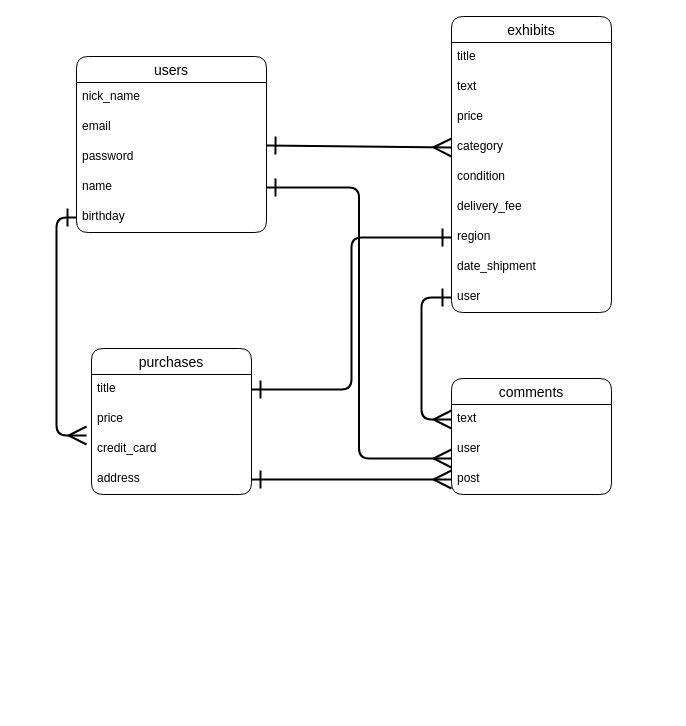
This is database.dio from hirotech-bmd/furima-31939, a draw.io file, before an edit. Source tidied: cells renumbered, new cells numbered last; positions are measured from the earlier drawing's top-left corner, leaving out a move shared by most shapes. Both pictures are drawn from the tidied source at 100%, with x=0, y=0 at pixel (56, 16).
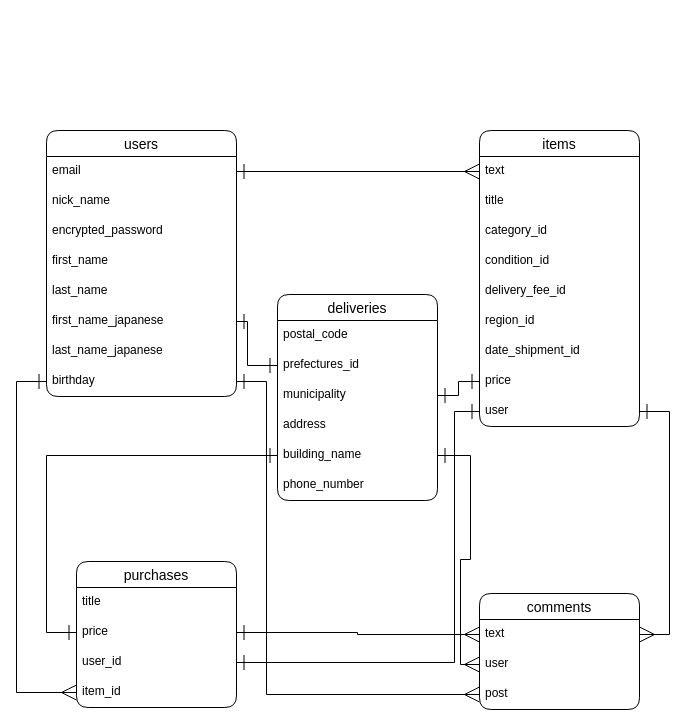
The same diagram, later.

Commit message (it also covers changes not shown here):
テーブル設計（改２）

Unchanged cells that the change refers to:
```xml
<mxCell id="18" value="user" style="text;strokeColor=none;fillColor=none;spacingLeft=4;spacingRight=4;overflow=hidden;points=[[0,0.5],[1,0.5]];portConstraint=eastwest;fontSize=12;rounded=1;" parent="9" vertex="1">
  <mxGeometry y="266" width="160" height="30" as="geometry" />
</mxCell>
<mxCell id="20" value="title" style="text;strokeColor=none;fillColor=none;spacingLeft=4;spacingRight=4;overflow=hidden;points=[[0,0.5],[1,0.5]];portConstraint=eastwest;fontSize=12;rounded=1;" parent="19" vertex="1">
  <mxGeometry y="26" width="160" height="30" as="geometry" />
</mxCell>
<mxCell id="21" value="price" style="text;strokeColor=none;fillColor=none;spacingLeft=4;spacingRight=4;overflow=hidden;points=[[0,0.5],[1,0.5]];portConstraint=eastwest;fontSize=12;rounded=1;" parent="19" vertex="1">
  <mxGeometry y="56" width="160" height="30" as="geometry" />
</mxCell>
<mxCell id="25" value="text" style="text;strokeColor=none;fillColor=none;spacingLeft=4;spacingRight=4;overflow=hidden;points=[[0,0.5],[1,0.5]];portConstraint=eastwest;fontSize=12;rounded=1;" parent="24" vertex="1">
  <mxGeometry y="26" width="160" height="30" as="geometry" />
</mxCell>
<mxCell id="26" value="user" style="text;strokeColor=none;fillColor=none;spacingLeft=4;spacingRight=4;overflow=hidden;points=[[0,0.5],[1,0.5]];portConstraint=eastwest;fontSize=12;rounded=1;" parent="24" vertex="1">
  <mxGeometry y="56" width="160" height="30" as="geometry" />
</mxCell>
<mxCell id="27" value="post" style="text;strokeColor=none;fillColor=none;spacingLeft=4;spacingRight=4;overflow=hidden;points=[[0,0.5],[1,0.5]];portConstraint=eastwest;fontSize=12;rounded=1;" parent="24" vertex="1">
  <mxGeometry y="86" width="160" height="30" as="geometry" />
</mxCell>
```

The edit, as a diff of the source:
```diff
@@
-    <mxCell id="2" style="jettySize=auto;html=1;entryX=0;entryY=0.5;entryDx=0;entryDy=0;horizontal=1;verticalAlign=top;endArrow=ERmany;endFill=0;endSize=15;strokeWidth=2;startArrow=ERone;startFill=0;startSize=15;" parent="1" edge="1" source="3" target="13">
-      <mxGeometry relative="1" as="geometry" />
-    </mxCell>
     <mxCell id="3" value="users" style="swimlane;fontStyle=0;horizontal=1;startSize=26;align=center;fontSize=14;rounded=1;" parent="1" vertex="1">
-      <mxGeometry x="20" y="40" width="190" height="176" as="geometry" />
+      <mxGeometry x="-10" y="114" width="190" height="266" as="geometry" />
     </mxCell>
-    <mxCell id="4" value="nick_name&#10;&#10;&#10;" style="text;strokeColor=none;fillColor=none;spacingLeft=4;spacingRight=4;overflow=hidden;points=[[0,0.5],[1,0.5]];portConstraint=eastwest;fontSize=12;fontStyle=0;rounded=1;" parent="3" vertex="1">
+    <mxCell id="4" value="email" style="text;strokeColor=none;fillColor=none;spacingLeft=4;spacingRight=4;overflow=hidden;points=[[0,0.5],[1,0.5]];portConstraint=eastwest;fontSize=12;fontStyle=0;rounded=1;" parent="3" vertex="1">
       <mxGeometry y="26" width="190" height="30" as="geometry" />
     </mxCell>
-    <mxCell id="5" value="email&#10;&#10;" style="text;strokeColor=none;fillColor=none;spacingLeft=4;spacingRight=4;overflow=hidden;fontSize=12;rounded=1;" parent="3" vertex="1">
+    <mxCell id="5" value="nick_name" style="text;strokeColor=none;fillColor=none;spacingLeft=4;spacingRight=4;overflow=hidden;fontSize=12;rounded=1;" parent="3" vertex="1">
       <mxGeometry y="56" width="190" height="30" as="geometry" />
     </mxCell>
-    <mxCell id="6" value="password" style="text;strokeColor=none;fillColor=none;spacingLeft=4;spacingRight=4;overflow=hidden;fontSize=12;rounded=1;" parent="3" vertex="1">
+    <mxCell id="6" value="encrypted_password" style="text;strokeColor=none;fillColor=none;spacingLeft=4;spacingRight=4;overflow=hidden;fontSize=12;rounded=1;" parent="3" vertex="1">
       <mxGeometry y="86" width="190" height="30" as="geometry" />
     </mxCell>
-    <mxCell id="7" value="name" style="text;strokeColor=none;fillColor=none;spacingLeft=4;spacingRight=4;overflow=hidden;points=[[0,0.5],[1,0.5]];portConstraint=eastwest;fontSize=12;rounded=1;" parent="3" vertex="1">
+    <mxCell id="7" value="first_name" style="text;strokeColor=none;fillColor=none;spacingLeft=4;spacingRight=4;overflow=hidden;points=[[0,0.5],[1,0.5]];portConstraint=eastwest;fontSize=12;rounded=1;" parent="3" vertex="1">
       <mxGeometry y="116" width="190" height="30" as="geometry" />
     </mxCell>
+    <mxCell id="33" value="last_name" style="text;strokeColor=none;fillColor=none;spacingLeft=4;spacingRight=4;overflow=hidden;fontSize=12;rounded=1;" parent="3" vertex="1">
+      <mxGeometry y="146" width="190" height="30" as="geometry" />
+    </mxCell>
+    <mxCell id="34" value="first_name_japanese" style="text;strokeColor=none;fillColor=none;spacingLeft=4;spacingRight=4;overflow=hidden;points=[[0,0.5],[1,0.5]];portConstraint=eastwest;fontSize=12;rounded=1;" parent="3" vertex="1">
+      <mxGeometry y="176" width="190" height="30" as="geometry" />
+    </mxCell>
+    <mxCell id="35" value="last_name_japanese" style="text;strokeColor=none;fillColor=none;spacingLeft=4;spacingRight=4;overflow=hidden;fontSize=12;rounded=1;" parent="3" vertex="1">
+      <mxGeometry y="206" width="190" height="30" as="geometry" />
+    </mxCell>
     <mxCell id="8" value="birthday" style="text;strokeColor=none;fillColor=none;spacingLeft=4;spacingRight=4;overflow=hidden;points=[[0,0.5],[1,0.5]];portConstraint=eastwest;fontSize=12;rounded=1;" parent="3" vertex="1">
-      <mxGeometry y="146" width="190" height="30" as="geometry" />
+      <mxGeometry y="236" width="190" height="30" as="geometry" />
     </mxCell>
-    <mxCell id="9" value="exhibits" style="swimlane;fontStyle=0;horizontal=1;startSize=26;align=center;fontSize=14;rounded=1;" parent="1" vertex="1">
-      <mxGeometry x="395" width="160" height="296" as="geometry" />
+    <mxCell id="9" value="items" style="swimlane;fontStyle=0;horizontal=1;startSize=26;align=center;fontSize=14;rounded=1;" parent="1" vertex="1">
+      <mxGeometry x="423" y="114" width="160" height="296" as="geometry" />
     </mxCell>
-    <mxCell id="10" value="title" style="text;strokeColor=none;fillColor=none;spacingLeft=4;spacingRight=4;overflow=hidden;points=[[0,0.5],[1,0.5]];portConstraint=eastwest;fontSize=12;rounded=1;" parent="9" vertex="1">
+    <mxCell id="10" value="text" style="text;strokeColor=none;fillColor=none;spacingLeft=4;spacingRight=4;overflow=hidden;points=[[0,0.5],[1,0.5]];portConstraint=eastwest;fontSize=12;rounded=1;" parent="9" vertex="1">
       <mxGeometry y="26" width="160" height="30" as="geometry" />
     </mxCell>
-    <mxCell id="11" value="text" style="text;strokeColor=none;fillColor=none;spacingLeft=4;spacingRight=4;overflow=hidden;fontSize=12;rounded=1;" parent="9" vertex="1">
+    <mxCell id="11" value="title" style="text;strokeColor=none;fillColor=none;spacingLeft=4;spacingRight=4;overflow=hidden;fontSize=12;rounded=1;" parent="9" vertex="1">
       <mxGeometry y="56" width="160" height="30" as="geometry" />
     </mxCell>
-    <mxCell id="12" value="price" style="text;strokeColor=none;fillColor=none;spacingLeft=4;spacingRight=4;overflow=hidden;fontSize=12;rounded=1;" parent="9" vertex="1">
+    <mxCell id="12" value="category_id" style="text;strokeColor=none;fillColor=none;spacingLeft=4;spacingRight=4;overflow=hidden;fontSize=12;rounded=1;" parent="9" vertex="1">
       <mxGeometry y="86" width="160" height="30" as="geometry" />
     </mxCell>
-    <mxCell id="13" value="category" style="text;strokeColor=none;fillColor=none;spacingLeft=4;spacingRight=4;overflow=hidden;points=[[0,0.5],[1,0.5]];portConstraint=eastwest;fontSize=12;rounded=1;" parent="9" vertex="1">
+    <mxCell id="13" value="condition_id" style="text;strokeColor=none;fillColor=none;spacingLeft=4;spacingRight=4;overflow=hidden;points=[[0,0.5],[1,0.5]];portConstraint=eastwest;fontSize=12;rounded=1;" parent="9" vertex="1">
       <mxGeometry y="116" width="160" height="30" as="geometry" />
     </mxCell>
-    <mxCell id="14" value="condition" style="text;strokeColor=none;fillColor=none;spacingLeft=4;spacingRight=4;overflow=hidden;fontSize=12;rounded=1;" parent="9" vertex="1">
+    <mxCell id="14" value="delivery_fee_id" style="text;strokeColor=none;fillColor=none;spacingLeft=4;spacingRight=4;overflow=hidden;fontSize=12;rounded=1;" parent="9" vertex="1">
       <mxGeometry y="146" width="160" height="30" as="geometry" />
     </mxCell>
-    <mxCell id="15" value="delivery_fee" style="text;strokeColor=none;fillColor=none;spacingLeft=4;spacingRight=4;overflow=hidden;fontSize=12;fontStyle=0;rounded=1;" parent="9" vertex="1">
+    <mxCell id="15" value="region_id" style="text;strokeColor=none;fillColor=none;spacingLeft=4;spacingRight=4;overflow=hidden;fontSize=12;fontStyle=0;rounded=1;" parent="9" vertex="1">
       <mxGeometry y="176" width="160" height="30" as="geometry" />
     </mxCell>
-    <mxCell id="16" value="region" style="text;strokeColor=none;fillColor=none;spacingLeft=4;spacingRight=4;overflow=hidden;points=[[0,0.5],[1,0.5]];portConstraint=eastwest;fontSize=12;fontStyle=0;rounded=1;" parent="9" vertex="1">
+    <mxCell id="16" value="date_shipment_id" style="text;strokeColor=none;fillColor=none;spacingLeft=4;spacingRight=4;overflow=hidden;points=[[0,0.5],[1,0.5]];portConstraint=eastwest;fontSize=12;fontStyle=0;rounded=1;" parent="9" vertex="1">
       <mxGeometry y="206" width="160" height="30" as="geometry" />
     </mxCell>
-    <mxCell id="17" value="date_shipment" style="text;strokeColor=none;fillColor=none;spacingLeft=4;spacingRight=4;overflow=hidden;points=[[0,0.5],[1,0.5]];portConstraint=eastwest;fontSize=12;fontStyle=0;rounded=1;" parent="9" vertex="1">
+    <mxCell id="17" value="price" style="text;strokeColor=none;fillColor=none;spacingLeft=4;spacingRight=4;overflow=hidden;points=[[0,0.5],[1,0.5]];portConstraint=eastwest;fontSize=12;fontStyle=0;rounded=1;" parent="9" vertex="1">
       <mxGeometry y="236" width="160" height="30" as="geometry" />
     </mxCell>
@@
     <mxCell id="19" value="purchases" style="swimlane;fontStyle=0;horizontal=1;startSize=26;align=center;fontSize=14;rounded=1;" parent="1" vertex="1">
-      <mxGeometry x="35" y="332" width="160" height="146" as="geometry" />
+      <mxGeometry x="20" y="545" width="160" height="146" as="geometry" />
     </mxCell>
@@
-    <mxCell id="22" value="credit_card" style="text;strokeColor=none;fillColor=none;spacingLeft=4;spacingRight=4;overflow=hidden;fontSize=12;rounded=1;" parent="19" vertex="1">
-      <mxGeometry y="86" width="160" height="30" as="geometry" />
-    </mxCell>
-    <mxCell id="23" value="address" style="text;strokeColor=none;fillColor=none;spacingLeft=4;spacingRight=4;overflow=hidden;points=[[0,0.5],[1,0.5]];portConstraint=eastwest;fontSize=12;rounded=1;" parent="19" vertex="1">
-      <mxGeometry y="116" width="160" height="30" as="geometry" />
-    </mxCell>
+    <mxCell id="36" value="user_id" style="text;strokeColor=none;fillColor=none;spacingLeft=4;spacingRight=4;overflow=hidden;points=[[0,0.5],[1,0.5]];portConstraint=eastwest;fontSize=12;rounded=1;" parent="19" vertex="1">
+      <mxGeometry y="86" width="160" height="30" as="geometry" />
+    </mxCell>
+    <mxCell id="37" value="item_id" style="text;strokeColor=none;fillColor=none;spacingLeft=4;spacingRight=4;overflow=hidden;points=[[0,0.5],[1,0.5]];portConstraint=eastwest;fontSize=12;rounded=1;" parent="19" vertex="1">
+      <mxGeometry y="116" width="160" height="30" as="geometry" />
+    </mxCell>
     <mxCell id="24" value="comments" style="swimlane;fontStyle=0;horizontal=1;startSize=26;align=center;fontSize=14;rounded=1;" parent="1" vertex="1">
-      <mxGeometry x="395" y="362" width="160" height="116" as="geometry" />
+      <mxGeometry x="423" y="577" width="160" height="116" as="geometry" />
     </mxCell>
@@
-    <mxCell id="28" style="edgeStyle=orthogonalEdgeStyle;jettySize=auto;html=1;exitX=0;exitY=0.5;exitDx=0;exitDy=0;entryX=-0.031;entryY=1.033;entryDx=0;entryDy=0;entryPerimeter=0;endArrow=ERmany;endFill=0;endSize=15;strokeWidth=2;startArrow=ERone;startFill=0;startSize=15;" parent="1" edge="1" source="8" target="21">
-      <mxGeometry relative="1" as="geometry">
-        <Array as="points">
-          <mxPoint y="201" />
-          <mxPoint y="419" />
-        </Array>
-      </mxGeometry>
-    </mxCell>
-    <mxCell id="29" style="edgeStyle=orthogonalEdgeStyle;jettySize=auto;html=1;exitX=1;exitY=0.5;exitDx=0;exitDy=0;entryX=0;entryY=0.5;entryDx=0;entryDy=0;endArrow=ERmany;endFill=0;endSize=15;strokeWidth=2;startArrow=ERone;startFill=0;startSize=15;" parent="1" edge="1" source="23" target="27">
-      <mxGeometry relative="1" as="geometry" />
-    </mxCell>
-    <mxCell id="30" style="edgeStyle=orthogonalEdgeStyle;jettySize=auto;html=1;exitX=1;exitY=0.5;exitDx=0;exitDy=0;entryX=0;entryY=0.8;entryDx=0;entryDy=0;entryPerimeter=0;endArrow=ERmany;endFill=0;endSize=15;strokeWidth=2;startArrow=ERone;startFill=0;startSize=15;" parent="1" edge="1" source="7" target="26">
-      <mxGeometry relative="1" as="geometry" />
-    </mxCell>
+    <mxCell id="38" value="deliveries" style="swimlane;fontStyle=0;horizontal=1;startSize=26;align=center;fontSize=14;rounded=1;" parent="1" vertex="1">
+      <mxGeometry x="221" y="278" width="160" height="206" as="geometry" />
+    </mxCell>
+    <mxCell id="39" value="postal_code" style="text;strokeColor=none;fillColor=none;spacingLeft=4;spacingRight=4;overflow=hidden;fontSize=12;" parent="38" vertex="1">
+      <mxGeometry y="26" width="160" height="30" as="geometry" />
+    </mxCell>
+    <mxCell id="40" value="prefectures_id" style="text;strokeColor=none;fillColor=none;spacingLeft=4;spacingRight=4;overflow=hidden;points=[[0,0.5],[1,0.5]];portConstraint=eastwest;fontSize=12;" parent="38" vertex="1">
+      <mxGeometry y="56" width="160" height="30" as="geometry" />
+    </mxCell>
+    <mxCell id="41" value="municipality" style="text;strokeColor=none;fillColor=none;spacingLeft=4;spacingRight=4;overflow=hidden;points=[[0,0.5],[1,0.5]];portConstraint=eastwest;fontSize=12;" parent="38" vertex="1">
+      <mxGeometry y="86" width="160" height="30" as="geometry" />
+    </mxCell>
+    <mxCell id="23" value="address" style="text;strokeColor=none;fillColor=none;spacingLeft=4;spacingRight=4;overflow=hidden;points=[[0,0.5],[1,0.5]];portConstraint=eastwest;fontSize=12;" parent="38" vertex="1">
+      <mxGeometry y="116" width="160" height="30" as="geometry" />
+    </mxCell>
+    <mxCell id="42" value="building_name" style="text;strokeColor=none;fillColor=none;spacingLeft=4;spacingRight=4;overflow=hidden;points=[[0,0.5],[1,0.5]];portConstraint=eastwest;fontSize=12;" parent="38" vertex="1">
+      <mxGeometry y="146" width="160" height="30" as="geometry" />
+    </mxCell>
+    <mxCell id="43" value="phone_number" style="text;strokeColor=none;fillColor=none;spacingLeft=4;spacingRight=4;overflow=hidden;fontSize=12;" parent="38" vertex="1">
+      <mxGeometry y="176" width="160" height="30" as="geometry" />
+    </mxCell>
+    <mxCell id="44" style="edgeStyle=orthogonalEdgeStyle;rounded=0;jettySize=auto;html=1;exitX=1;exitY=0.5;exitDx=0;exitDy=0;entryX=0;entryY=0.5;entryDx=0;entryDy=0;endArrow=ERmany;endFill=0;endSize=13;startArrow=ERone;startFill=0;startSize=13;" parent="1" edge="1" source="4" target="10">
+      <mxGeometry relative="1" as="geometry" />
+    </mxCell>
+    <mxCell id="45" style="edgeStyle=orthogonalEdgeStyle;rounded=0;jettySize=auto;html=1;exitX=0;exitY=0.5;exitDx=0;exitDy=0;startArrow=ERone;startFill=0;startSize=13;endArrow=ERmany;endFill=0;endSize=13;" parent="1" edge="1" source="8" target="37">
+      <mxGeometry relative="1" as="geometry" />
+    </mxCell>
+    <mxCell id="46" style="edgeStyle=elbowEdgeStyle;rounded=0;jettySize=auto;html=1;entryX=1;entryY=0.5;entryDx=0;entryDy=0;startArrow=ERone;startFill=0;startSize=13;endArrow=ERone;endFill=0;endSize=13;" parent="1" edge="1" source="18" target="36">
+      <mxGeometry relative="1" as="geometry">
+        <Array as="points">
+          <mxPoint x="398" y="509" />
+          <mxPoint x="389" y="536" />
+        </Array>
+      </mxGeometry>
+    </mxCell>
+    <mxCell id="47" style="edgeStyle=elbowEdgeStyle;rounded=0;jettySize=auto;html=1;exitX=0;exitY=0.5;exitDx=0;exitDy=0;startArrow=ERone;startFill=0;startSize=13;endArrow=ERone;endFill=0;endSize=13;" parent="1" edge="1" source="17" target="41">
+      <mxGeometry relative="1" as="geometry" />
+    </mxCell>
-    <mxCell id="31" style="edgeStyle=orthogonalEdgeStyle;jettySize=auto;html=1;exitX=0;exitY=0.5;exitDx=0;exitDy=0;entryX=0;entryY=0.5;entryDx=0;entryDy=0;endArrow=ERmany;endFill=0;endSize=15;strokeWidth=2;startArrow=ERone;startFill=0;startSize=15;" parent="1" edge="1" source="18" target="25">
+    <mxCell id="31" style="edgeStyle=orthogonalEdgeStyle;rounded=0;jettySize=auto;html=1;exitX=1;exitY=0.5;exitDx=0;exitDy=0;entryX=1;entryY=0.5;entryDx=0;entryDy=0;startArrow=ERone;startFill=0;startSize=13;endArrow=ERmany;endFill=0;endSize=13;" parent="1" edge="1" source="18" target="25">
       <mxGeometry relative="1" as="geometry" />
     </mxCell>
-    <mxCell id="32" style="edgeStyle=orthogonalEdgeStyle;jettySize=auto;html=1;exitX=1;exitY=0.5;exitDx=0;exitDy=0;entryX=0;entryY=0.5;entryDx=0;entryDy=0;endArrow=ERone;endFill=0;endSize=15;strokeWidth=2;startArrow=ERone;startFill=0;startSize=15;" parent="1" edge="1" source="20" target="16">
-      <mxGeometry relative="1" as="geometry" />
-    </mxCell>
+    <mxCell id="48" style="edgeStyle=orthogonalEdgeStyle;rounded=0;jettySize=auto;html=1;exitX=0;exitY=0.5;exitDx=0;exitDy=0;startArrow=ERone;startFill=0;startSize=13;endArrow=ERone;endFill=0;endSize=13;" parent="1" edge="1" source="40" target="34">
+      <mxGeometry relative="1" as="geometry" />
+    </mxCell>
+    <mxCell id="49" style="edgeStyle=orthogonalEdgeStyle;rounded=0;jettySize=auto;html=1;exitX=1;exitY=0.5;exitDx=0;exitDy=0;startArrow=ERone;startFill=0;startSize=13;endArrow=ERmany;endFill=0;endSize=13;elbow=vertical;" parent="1" edge="1" source="8" target="27">
+      <mxGeometry relative="1" as="geometry">
+        <Array as="points">
+          <mxPoint x="210" y="365" />
+          <mxPoint x="210" y="678" />
+        </Array>
+      </mxGeometry>
+    </mxCell>
+    <mxCell id="50" style="edgeStyle=orthogonalEdgeStyle;rounded=0;jettySize=auto;html=1;exitX=1;exitY=0.5;exitDx=0;exitDy=0;startArrow=ERone;startFill=0;startSize=13;endArrow=ERmany;endFill=0;endSize=13;entryX=0;entryY=0.5;entryDx=0;entryDy=0;" parent="1" edge="1" source="21" target="25">
+      <mxGeometry relative="1" as="geometry">
+        <Array as="points">
+          <mxPoint x="301" y="616" />
+          <mxPoint x="301" y="618" />
+        </Array>
+      </mxGeometry>
+    </mxCell>
+    <mxCell id="51" style="edgeStyle=orthogonalEdgeStyle;rounded=0;jettySize=auto;html=1;exitX=1;exitY=0.5;exitDx=0;exitDy=0;entryX=0;entryY=0.5;entryDx=0;entryDy=0;startArrow=ERone;startFill=0;startSize=13;endArrow=ERmany;endFill=0;endSize=13;" parent="1" edge="1" source="42" target="26">
+      <mxGeometry relative="1" as="geometry">
+        <Array as="points">
+          <mxPoint x="414" y="439" />
+          <mxPoint x="414" y="543" />
+          <mxPoint x="404" y="543" />
+          <mxPoint x="404" y="648" />
+        </Array>
+      </mxGeometry>
+    </mxCell>
+    <mxCell id="52" style="edgeStyle=orthogonalEdgeStyle;rounded=0;jettySize=auto;html=1;exitX=0;exitY=0.5;exitDx=0;exitDy=0;entryX=0;entryY=0.5;entryDx=0;entryDy=0;startArrow=ERone;startFill=0;startSize=13;endArrow=ERone;endFill=0;endSize=13;" parent="1" edge="1" source="42" target="21">
+      <mxGeometry relative="1" as="geometry" />
+    </mxCell>
```
